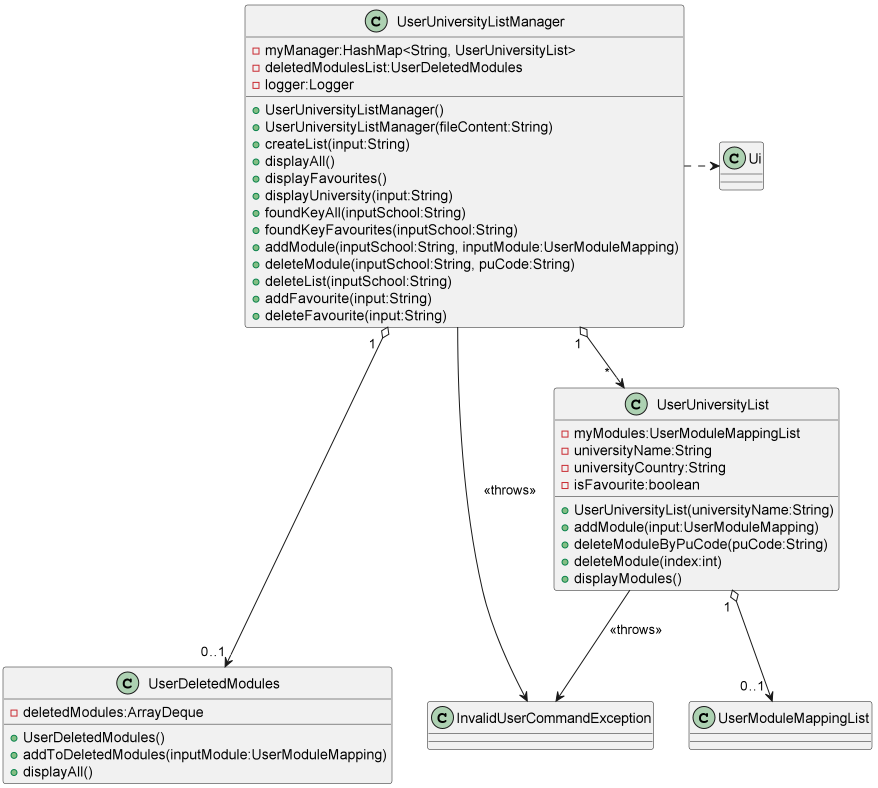
The PlantUML diagram docs/images/UserUniversityListManager_Class.png in nus-cs2113-AY2223S1/tp, before a commit. Its source is kept beside it as docs/diagrams/UserUniversityListManager_Class.puml.
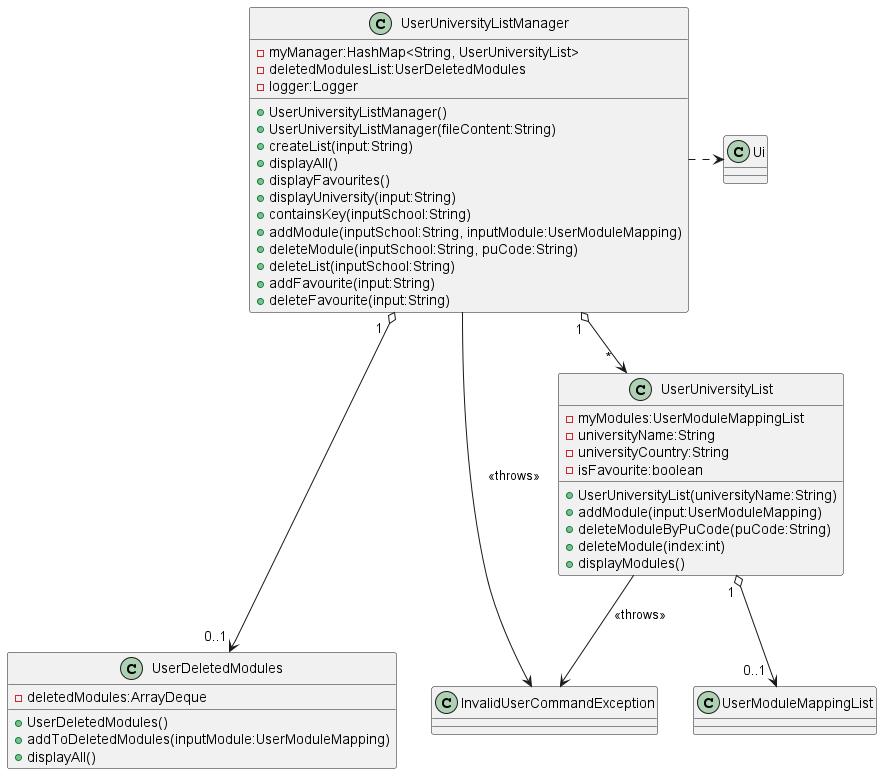
After the change.

Change to the diagram source:
```diff
@@ -39,8 +39,7 @@
     + displayAll()
     + displayFavourites()
     + displayUniversity(input:String)
-    + foundKeyAll(inputSchool:String)
-    + foundKeyFavourites(inputSchool:String)
+    + containsKey(inputSchool:String)
     + addModule(inputSchool:String, inputModule:UserModuleMapping)
     + deleteModule(inputSchool:String, puCode:String)
     + deleteList(inputSchool:String)
```
